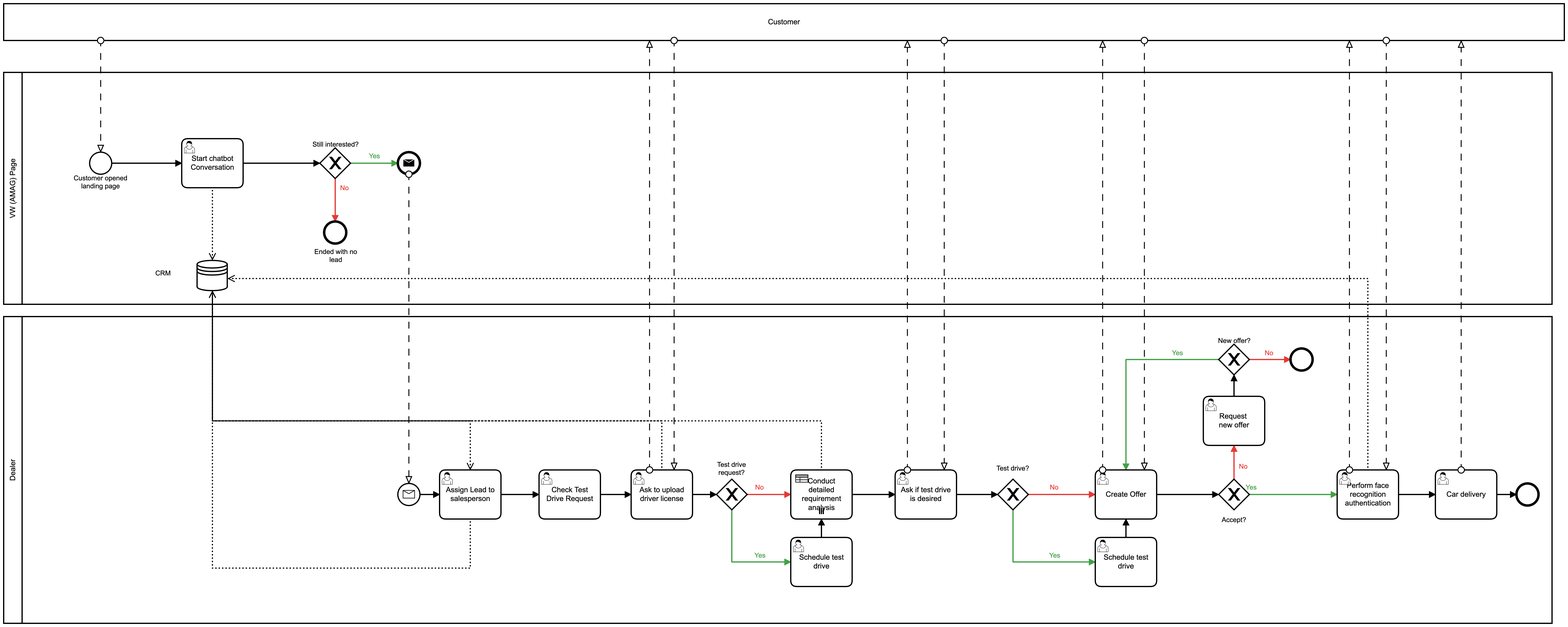
This is Images/To be Process v02 (1).png from DigiBP/DigiBP_RacletteDuValais, a BPMN export, as it was before one commit. Its source is kept beside it as Processes/To be Process v02 (1).bpmn. Ids are renumbered.
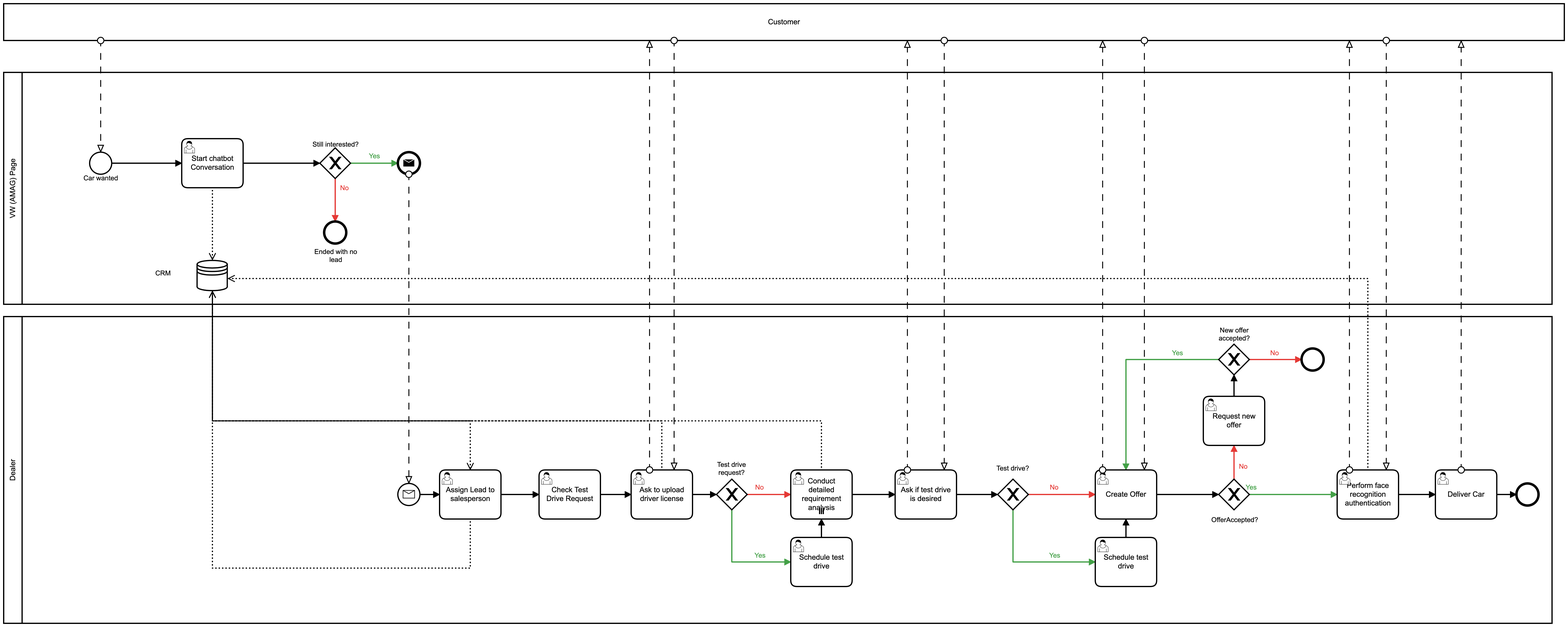
After the change.

What changed in the source:
```diff
@@ -5,13 +5,13 @@
     <bpmn:participant id="Participant_n7" name="Customer" />
-    <bpmn:messageFlow id="MessageFlow_n8" sourceRef="Participant_n7" targetRef="Event_n9" />
-    <bpmn:messageFlow id="MessageFlow_n10" sourceRef="Activity_n11" targetRef="Participant_n7" />
-    <bpmn:messageFlow id="MessageFlow_n12" sourceRef="Participant_n7" targetRef="Activity_n13" />
-    <bpmn:messageFlow id="MessageFlow_n14" sourceRef="Activity_n13" targetRef="Participant_n7" />
-    <bpmn:messageFlow id="MessageFlow_n15" sourceRef="Event_n16" targetRef="Event_n17" />
-    <bpmn:messageFlow id="MessageFlow_n18" sourceRef="Activity_n19" targetRef="Participant_n7" />
-    <bpmn:messageFlow id="MessageFlow_n20" sourceRef="Participant_n7" targetRef="Activity_n19" />
-    <bpmn:messageFlow id="Flow_n21" sourceRef="Activity_n22" targetRef="Participant_n7" />
-    <bpmn:messageFlow id="Flow_n23" sourceRef="Participant_n7" targetRef="Activity_n22" />
-    <bpmn:messageFlow id="Flow_n24" sourceRef="Activity_n25" targetRef="Participant_n7" />
-    <bpmn:messageFlow id="Flow_n26" sourceRef="Participant_n7" targetRef="Activity_n25" />
+    <bpmn:messageFlow id="MessageFlow_n8" sourceRef="Participant_n7" targetRef="StartEvent_CarWanted" />
+    <bpmn:messageFlow id="MessageFlow_n10" sourceRef="Task_DeliverCar" targetRef="Participant_n7" />
+    <bpmn:messageFlow id="MessageFlow_n12" sourceRef="Participant_n7" targetRef="Task_Face_Recognition" />
+    <bpmn:messageFlow id="MessageFlow_n14" sourceRef="Task_Face_Recognition" targetRef="Participant_n7" />
+    <bpmn:messageFlow id="MessageFlow_n15" sourceRef="End_Event_SendInfoToDealer" targetRef="IntermediateThrowEvent_n78" />
+    <bpmn:messageFlow id="MessageFlow_n18" sourceRef="Task_CreateOffer" targetRef="Participant_n7" />
+    <bpmn:messageFlow id="MessageFlow_n20" sourceRef="Participant_n7" targetRef="Task_CreateOffer" />
+    <bpmn:messageFlow id="Flow_n21" sourceRef="Task_AskIfTestDriveIsDesired" targetRef="Participant_n7" />
+    <bpmn:messageFlow id="Flow_n23" sourceRef="Participant_n7" targetRef="Task_AskIfTestDriveIsDesired" />
+    <bpmn:messageFlow id="Flow_n24" sourceRef="TaskAskToUploadDriverLicense" targetRef="Participant_n7" />
+    <bpmn:messageFlow id="Flow_n26" sourceRef="Participant_n7" targetRef="TaskAskToUploadDriverLicense" />
   </bpmn:collaboration>
@@ -20,13 +20,13 @@
       <bpmn:lane id="Lane_n28">
-        <bpmn:flowNodeRef>Event_n9</bpmn:flowNodeRef>
-        <bpmn:flowNodeRef>Gateway_n29</bpmn:flowNodeRef>
-        <bpmn:flowNodeRef>Event_n16</bpmn:flowNodeRef>
+        <bpmn:flowNodeRef>StartEvent_CarWanted</bpmn:flowNodeRef>
+        <bpmn:flowNodeRef>Gateway_Still_Interested</bpmn:flowNodeRef>
+        <bpmn:flowNodeRef>End_Event_SendInfoToDealer</bpmn:flowNodeRef>
         <bpmn:flowNodeRef>Event_n30</bpmn:flowNodeRef>
-        <bpmn:flowNodeRef>Activity_n31</bpmn:flowNodeRef>
+        <bpmn:flowNodeRef>Task_StartChatbotConversation</bpmn:flowNodeRef>
       </bpmn:lane>
     </bpmn:laneSet>
-    <bpmn:startEvent id="Event_n9" name="Customer opened landing page">
+    <bpmn:startEvent id="StartEvent_CarWanted" name="Car wanted">
       <bpmn:outgoing>Flow_n32</bpmn:outgoing>
     </bpmn:startEvent>
-    <bpmn:exclusiveGateway id="Gateway_n29" name="Still interested?">
+    <bpmn:exclusiveGateway id="Gateway_Still_Interested" name="Still interested?">
       <bpmn:incoming>Flow_n33</bpmn:incoming>
@@ -35,3 +35,3 @@
     </bpmn:exclusiveGateway>
-    <bpmn:endEvent id="Event_n16">
+    <bpmn:endEvent id="End_Event_SendInfoToDealer">
       <bpmn:incoming>Flow_n35</bpmn:incoming>
@@ -43,3 +43,3 @@
     </bpmn:endEvent>
-    <bpmn:userTask id="Activity_n31" name="Start chatbot Conversation">
+    <bpmn:userTask id="Task_StartChatbotConversation" name="Start chatbot Conversation">
       <bpmn:extensionElements>
@@ -58,8 +58,8 @@
     </bpmn:userTask>
-    <bpmn:sequenceFlow id="Flow_n32" sourceRef="Event_n9" targetRef="Activity_n31" />
-    <bpmn:sequenceFlow id="Flow_n33" sourceRef="Activity_n31" targetRef="Gateway_n29" />
-    <bpmn:sequenceFlow id="Flow_n35" name="Yes" sourceRef="Gateway_n29" targetRef="Event_n16">
+    <bpmn:sequenceFlow id="Flow_n32" sourceRef="StartEvent_CarWanted" targetRef="Task_StartChatbotConversation" />
+    <bpmn:sequenceFlow id="Flow_n33" sourceRef="Task_StartChatbotConversation" targetRef="Gateway_Still_Interested" />
+    <bpmn:sequenceFlow id="Flow_n35" name="Yes" sourceRef="Gateway_Still_Interested" targetRef="End_Event_SendInfoToDealer">
       <bpmn:conditionExpression xsi:type="bpmn:tFormalExpression">${interested=="yes"}</bpmn:conditionExpression>
     </bpmn:sequenceFlow>
-    <bpmn:sequenceFlow id="Flow_n34" name="No" sourceRef="Gateway_n29" targetRef="Event_n30">
+    <bpmn:sequenceFlow id="Flow_n34" name="No" sourceRef="Gateway_Still_Interested" targetRef="Event_n30">
       <bpmn:conditionExpression xsi:type="bpmn:tFormalExpression">${interested!="yes"}</bpmn:conditionExpression>
@@ -68,3 +68,3 @@
   <bpmn:process id="Process_n6" isExecutable="false">
-    <bpmn:startEvent id="Event_n17">
+    <bpmn:startEvent id="IntermediateThrowEvent_n78">
       <bpmn:outgoing>Flow_n39</bpmn:outgoing>
@@ -72,3 +72,3 @@
     </bpmn:startEvent>
-    <bpmn:userTask id="Activity_n41" name="Assign Lead to salesperson">
+    <bpmn:userTask id="Task_AssignLeadToSalesPerson" name="Assign Lead to salesperson">
       <bpmn:incoming>Flow_n39</bpmn:incoming>
@@ -84,5 +84,5 @@
     </bpmn:userTask>
-    <bpmn:sequenceFlow id="Flow_n39" sourceRef="Event_n17" targetRef="Activity_n41" />
-    <bpmn:sequenceFlow id="Flow_n42" sourceRef="Activity_n41" targetRef="Activity_n46" />
-    <bpmn:exclusiveGateway id="Gateway_n47" name="Test drive?">
+    <bpmn:sequenceFlow id="Flow_n39" sourceRef="IntermediateThrowEvent_n78" targetRef="Task_AssignLeadToSalesPerson" />
+    <bpmn:sequenceFlow id="Flow_n42" sourceRef="Task_AssignLeadToSalesPerson" targetRef="Task_CheckTestDriveRequest" />
+    <bpmn:exclusiveGateway id="Gateway_Testdrive" name="Test drive?">
       <bpmn:incoming>Flow_n48</bpmn:incoming>
@@ -91,3 +91,3 @@
     </bpmn:exclusiveGateway>
-    <bpmn:exclusiveGateway id="Gateway_n51" name="Accept?">
+    <bpmn:exclusiveGateway id="Gateway_OfferAccepted" name="OfferAccepted?">
       <bpmn:incoming>Flow_n52</bpmn:incoming>
@@ -96,3 +96,3 @@
     </bpmn:exclusiveGateway>
-    <bpmn:exclusiveGateway id="Gateway_n55" name="New offer?">
+    <bpmn:exclusiveGateway id="Gateway_NewOfferAccepted" name="New offer accepted?">
       <bpmn:incoming>Flow_n56</bpmn:incoming>
@@ -101,5 +101,2 @@
     </bpmn:exclusiveGateway>
-    <bpmn:endEvent id="Event_n59">
-      <bpmn:incoming>Flow_n57</bpmn:incoming>
-    </bpmn:endEvent>
     <bpmn:endEvent id="Event_n60">
@@ -107,3 +104,3 @@
     </bpmn:endEvent>
-    <bpmn:userTask id="Activity_n19" name="Create Offer">
+    <bpmn:userTask id="Task_CreateOffer" name="Create Offer">
       <bpmn:extensionElements>
@@ -121,3 +118,3 @@
     </bpmn:userTask>
-    <bpmn:userTask id="Activity_n63" name="Schedule test drive">
+    <bpmn:userTask id="Task_Schedule2TestDrive" name="Schedule test drive">
       <bpmn:incoming>Flow_n50</bpmn:incoming>
@@ -125,6 +122,6 @@
     </bpmn:userTask>
-    <bpmn:userTask id="Activity_n64" name="Request  new offer">
+    <bpmn:userTask id="Task_RequestNewOffer" name="Request new offer">
       <bpmn:extensionElements>
         <camunda:formData>
-          <camunda:formField id="Newoffer" defaultValue="newoffer" />
+          <camunda:formField id="newoffer" type="boolean" defaultValue="newoffer" />
         </camunda:formData>
@@ -137,3 +134,3 @@
     </bpmn:userTask>
-    <bpmn:userTask id="Activity_n13" name="Perform face recognition authentication">
+    <bpmn:userTask id="Task_Face_Recognition" name="Perform face recognition authentication">
       <bpmn:incoming>Flow_n53</bpmn:incoming>
@@ -144,3 +141,3 @@
     </bpmn:userTask>
-    <bpmn:userTask id="Activity_n11" name="Car delivery">
+    <bpmn:userTask id="Task_DeliverCar" name="Deliver Car">
       <bpmn:incoming>Flow_n65</bpmn:incoming>
@@ -148,36 +145,36 @@
     </bpmn:userTask>
-    <bpmn:sequenceFlow id="Flow_n67" name="No" sourceRef="Gateway_n68" targetRef="Activity_n69">
+    <bpmn:sequenceFlow id="Flow_n67" name="No" sourceRef="Gateway_TestDriveRequest" targetRef="Task_ConductDetailedRequirementAnalysis">
       <bpmn:conditionExpression xsi:type="bpmn:tFormalExpression">${testdrive!="yes"}</bpmn:conditionExpression>
     </bpmn:sequenceFlow>
-    <bpmn:sequenceFlow id="Flow_n70" name="Yes" sourceRef="Gateway_n68" targetRef="Activity_n71">
+    <bpmn:sequenceFlow id="Flow_n70" name="Yes" sourceRef="Gateway_TestDriveRequest" targetRef="Task_ScheduleTestDrive">
       <bpmn:conditionExpression xsi:type="bpmn:tFormalExpression">${testdrive=="yes"}</bpmn:conditionExpression>
     </bpmn:sequenceFlow>
-    <bpmn:sequenceFlow id="Flow_n48" sourceRef="Activity_n22" targetRef="Gateway_n47" />
-    <bpmn:sequenceFlow id="Flow_n49" name="No" sourceRef="Gateway_n47" targetRef="Activity_n19">
+    <bpmn:sequenceFlow id="Flow_n48" sourceRef="Task_AskIfTestDriveIsDesired" targetRef="Gateway_Testdrive" />
+    <bpmn:sequenceFlow id="Flow_n49" name="No" sourceRef="Gateway_Testdrive" targetRef="Task_CreateOffer">
       <bpmn:conditionExpression xsi:type="bpmn:tFormalExpression">${testdrive2!="yes"}</bpmn:conditionExpression>
     </bpmn:sequenceFlow>
-    <bpmn:sequenceFlow id="Flow_n50" name="Yes" sourceRef="Gateway_n47" targetRef="Activity_n63">
+    <bpmn:sequenceFlow id="Flow_n50" name="Yes" sourceRef="Gateway_Testdrive" targetRef="Task_Schedule2TestDrive">
       <bpmn:conditionExpression xsi:type="bpmn:tFormalExpression">${testdrive2=="yes"}</bpmn:conditionExpression>
     </bpmn:sequenceFlow>
-    <bpmn:sequenceFlow id="Flow_n52" sourceRef="Activity_n19" targetRef="Gateway_n51" />
-    <bpmn:sequenceFlow id="Flow_n54" name="No" sourceRef="Gateway_n51" targetRef="Activity_n64">
+    <bpmn:sequenceFlow id="Flow_n52" sourceRef="Task_CreateOffer" targetRef="Gateway_OfferAccepted" />
+    <bpmn:sequenceFlow id="Flow_n54" name="No" sourceRef="Gateway_OfferAccepted" targetRef="Task_RequestNewOffer">
       <bpmn:conditionExpression xsi:type="bpmn:tFormalExpression">${offer!="yes"}</bpmn:conditionExpression>
     </bpmn:sequenceFlow>
-    <bpmn:sequenceFlow id="Flow_n53" name="Yes" sourceRef="Gateway_n51" targetRef="Activity_n13">
+    <bpmn:sequenceFlow id="Flow_n53" name="Yes" sourceRef="Gateway_OfferAccepted" targetRef="Task_Face_Recognition">
       <bpmn:conditionExpression xsi:type="bpmn:tFormalExpression">${offer=="yes"}</bpmn:conditionExpression>
     </bpmn:sequenceFlow>
-    <bpmn:sequenceFlow id="Flow_n56" sourceRef="Activity_n64" targetRef="Gateway_n55" />
-    <bpmn:sequenceFlow id="Flow_n57" name="No" sourceRef="Gateway_n55" targetRef="Event_n59">
+    <bpmn:sequenceFlow id="Flow_n56" sourceRef="Task_RequestNewOffer" targetRef="Gateway_NewOfferAccepted" />
+    <bpmn:sequenceFlow id="Flow_n57" name="No" sourceRef="Gateway_NewOfferAccepted" targetRef="Event_n59">
       <bpmn:conditionExpression xsi:type="bpmn:tFormalExpression">${newoffer!="yes"}</bpmn:conditionExpression>
     </bpmn:sequenceFlow>
-    <bpmn:sequenceFlow id="Flow_n58" name="Yes" sourceRef="Gateway_n55" targetRef="Activity_n19">
+    <bpmn:sequenceFlow id="Flow_n58" name="Yes" sourceRef="Gateway_NewOfferAccepted" targetRef="Task_CreateOffer">
       <bpmn:conditionExpression xsi:type="bpmn:tFormalExpression">${newoffer=="yes"}</bpmn:conditionExpression>
     </bpmn:sequenceFlow>
-    <bpmn:sequenceFlow id="Flow_n61" sourceRef="Activity_n11" targetRef="Event_n60" />
-    <bpmn:sequenceFlow id="Flow_n65" sourceRef="Activity_n13" targetRef="Activity_n11" />
-    <bpmn:sequenceFlow id="Flow_n62" sourceRef="Activity_n63" targetRef="Activity_n19" />
-    <bpmn:sequenceFlow id="Flow_n72" sourceRef="Activity_n69" targetRef="Activity_n22" />
-    <bpmn:sequenceFlow id="Flow_n73" sourceRef="Activity_n71" targetRef="Activity_n69" />
-    <bpmn:sequenceFlow id="Flow_n74" sourceRef="Activity_n46" targetRef="Activity_n25" />
-    <bpmn:exclusiveGateway id="Gateway_n68" name="Test drive request?">
+    <bpmn:sequenceFlow id="Flow_n61" sourceRef="Task_DeliverCar" targetRef="Event_n60" />
+    <bpmn:sequenceFlow id="Flow_n65" sourceRef="Task_Face_Recognition" targetRef="Task_DeliverCar" />
+    <bpmn:sequenceFlow id="Flow_n62" sourceRef="Task_Schedule2TestDrive" targetRef="Task_CreateOffer" />
+    <bpmn:sequenceFlow id="Flow_n72" sourceRef="Task_ConductDetailedRequirementAnalysis" targetRef="Task_AskIfTestDriveIsDesired" />
+    <bpmn:sequenceFlow id="Flow_n73" sourceRef="Task_ScheduleTestDrive" targetRef="Task_ConductDetailedRequirementAnalysis" />
+    <bpmn:sequenceFlow id="Flow_n74" sourceRef="Task_CheckTestDriveRequest" targetRef="TaskAskToUploadDriverLicense" />
+    <bpmn:exclusiveGateway id="Gateway_TestDriveRequest" name="Test drive request?">
       <bpmn:incoming>Flow_n75</bpmn:incoming>
@@ -186,4 +183,4 @@
     </bpmn:exclusiveGateway>
-    <bpmn:sequenceFlow id="Flow_n75" sourceRef="Activity_n25" targetRef="Gateway_n68" />
-    <bpmn:userTask id="Activity_n46" name="Check Test Drive Request">
+    <bpmn:sequenceFlow id="Flow_n75" sourceRef="TaskAskToUploadDriverLicense" targetRef="Gateway_TestDriveRequest" />
+    <bpmn:userTask id="Task_CheckTestDriveRequest" name="Check Test Drive Request">
       <bpmn:incoming>Flow_n42</bpmn:incoming>
@@ -191,3 +188,3 @@
     </bpmn:userTask>
-    <bpmn:userTask id="Activity_n25" name="Ask to upload driver license">
+    <bpmn:userTask id="TaskAskToUploadDriverLicense" name="Ask to upload driver license">
       <bpmn:extensionElements>
@@ -206,3 +203,3 @@
     </bpmn:userTask>
-    <bpmn:userTask id="Activity_n71" name="Schedule test drive">
+    <bpmn:userTask id="Task_ScheduleTestDrive" name="Schedule test drive">
       <bpmn:incoming>Flow_n70</bpmn:incoming>
@@ -210,3 +207,3 @@
     </bpmn:userTask>
-    <bpmn:userTask id="Activity_n22" name="Ask if test drive is desired">
+    <bpmn:userTask id="Task_AskIfTestDriveIsDesired" name="Ask if test drive is desired">
       <bpmn:extensionElements>
@@ -222,3 +219,6 @@
     </bpmn:userTask>
-    <bpmn:businessRuleTask id="Activity_n69" name="Conduct detailed requirement analysis" camunda:resultVariable="decision" camunda:decisionRef="Requirement_Analysis(2)">
+    <bpmn:endEvent id="Event_n59">
+      <bpmn:incoming>Flow_n57</bpmn:incoming>
+    </bpmn:endEvent>
+    <bpmn:userTask id="Task_ConductDetailedRequirementAnalysis" name="Conduct detailed requirement analysis">
       <bpmn:incoming>Flow_n67</bpmn:incoming>
@@ -229,4 +229,3 @@
       </bpmn:dataOutputAssociation>
-      <bpmn:multiInstanceLoopCharacteristics />
-    </bpmn:businessRuleTask>
+    </bpmn:userTask>
   </bpmn:process>
@@ -262,9 +261,9 @@
       </bpmndi:BPMNEdge>
-      <bpmndi:BPMNShape id="Event_n9_di" bpmnElement="Event_n9">
+      <bpmndi:BPMNShape id="Event_n9_di" bpmnElement="StartEvent_CarWanted">
         <dc:Bounds x="298" y="322" width="36" height="36" />
         <bpmndi:BPMNLabel>
-          <dc:Bounds x="272" y="358" width="88" height="27" />
+          <dc:Bounds x="288" y="358" width="57" height="14" />
         </bpmndi:BPMNLabel>
       </bpmndi:BPMNShape>
-      <bpmndi:BPMNShape id="Gateway_n29_di" bpmnElement="Gateway_n29" isMarkerVisible="true">
+      <bpmndi:BPMNShape id="Gateway_n29_di" bpmnElement="Gateway_Still_Interested" isMarkerVisible="true">
         <dc:Bounds x="673" y="315" width="50" height="50" />
@@ -274,3 +273,3 @@
       </bpmndi:BPMNShape>
-      <bpmndi:BPMNShape id="Event_n16_di" bpmnElement="Event_n16">
+      <bpmndi:BPMNShape id="Event_n16_di" bpmnElement="End_Event_SendInfoToDealer">
         <dc:Bounds x="800" y="322" width="36" height="36" />
@@ -289,3 +288,3 @@
       </bpmndi:BPMNShape>
-      <bpmndi:BPMNShape id="Activity_1r68v8m_di" bpmnElement="Activity_n31">
+      <bpmndi:BPMNShape id="Activity_1r68v8m_di" bpmnElement="Task_StartChatbotConversation">
         <dc:Bounds x="448" y="300" width="100" height="80" />
@@ -333,5 +332,5 @@
         <di:waypoint x="2187" y="660" />
-        <di:waypoint x="2254" y="660" />
+        <di:waypoint x="2272" y="660" />
         <bpmndi:BPMNLabel>
-          <dc:Bounds x="2212" y="643" width="15" height="14" />
+          <dc:Bounds x="2221" y="643" width="15" height="14" />
         </bpmndi:BPMNLabel>
@@ -402,9 +401,9 @@
       </bpmndi:BPMNEdge>
-      <bpmndi:BPMNShape id="Event_n17_di" bpmnElement="Event_n17">
+      <bpmndi:BPMNShape id="Event_n17_di" bpmnElement="IntermediateThrowEvent_n78">
         <dc:Bounds x="800" y="862" width="36" height="36" />
       </bpmndi:BPMNShape>
-      <bpmndi:BPMNShape id="Activity_19jbpff_di" bpmnElement="Activity_n41">
+      <bpmndi:BPMNShape id="Activity_19jbpff_di" bpmnElement="Task_AssignLeadToSalesPerson">
         <dc:Bounds x="868" y="840" width="100" height="80" />
       </bpmndi:BPMNShape>
-      <bpmndi:BPMNShape id="Gateway_n47_di" bpmnElement="Gateway_n47" isMarkerVisible="true">
+      <bpmndi:BPMNShape id="Gateway_n47_di" bpmnElement="Gateway_Testdrive" isMarkerVisible="true">
         <dc:Bounds x="1777" y="855" width="50" height="50" />
@@ -414,16 +413,13 @@
       </bpmndi:BPMNShape>
-      <bpmndi:BPMNShape id="Gateway_n51_di" bpmnElement="Gateway_n51" isMarkerVisible="true">
+      <bpmndi:BPMNShape id="Gateway_n51_di" bpmnElement="Gateway_OfferAccepted" isMarkerVisible="true">
         <dc:Bounds x="2137" y="855" width="50" height="50" />
         <bpmndi:BPMNLabel>
-          <dc:Bounds x="2142" y="915" width="40" height="14" />
+          <dc:Bounds x="2125" y="915" width="77" height="14" />
         </bpmndi:BPMNLabel>
       </bpmndi:BPMNShape>
-      <bpmndi:BPMNShape id="Gateway_n55_di" bpmnElement="Gateway_n55" isMarkerVisible="true">
+      <bpmndi:BPMNShape id="Gateway_n55_di" bpmnElement="Gateway_NewOfferAccepted" isMarkerVisible="true">
         <dc:Bounds x="2137" y="635" width="50" height="50" />
         <bpmndi:BPMNLabel>
-          <dc:Bounds x="2136" y="623" width="53" height="14" />
+          <dc:Bounds x="2137" y="606" width="51" height="27" />
         </bpmndi:BPMNLabel>
-      </bpmndi:BPMNShape>
-      <bpmndi:BPMNShape id="Event_n59_di" bpmnElement="Event_n59">
-        <dc:Bounds x="2254" y="642" width="36" height="36" />
       </bpmndi:BPMNShape>
@@ -432,18 +428,18 @@
       </bpmndi:BPMNShape>
-      <bpmndi:BPMNShape id="Activity_0imdd85_di" bpmnElement="Activity_n19">
+      <bpmndi:BPMNShape id="Activity_0imdd85_di" bpmnElement="Task_CreateOffer">
         <dc:Bounds x="1936" y="840" width="100" height="80" />
       </bpmndi:BPMNShape>
-      <bpmndi:BPMNShape id="Activity_1dtrqex_di" bpmnElement="Activity_n63">
+      <bpmndi:BPMNShape id="Activity_1dtrqex_di" bpmnElement="Task_Schedule2TestDrive">
         <dc:Bounds x="1936" y="950" width="100" height="80" />
       </bpmndi:BPMNShape>
-      <bpmndi:BPMNShape id="Activity_0elrhj9_di" bpmnElement="Activity_n64">
+      <bpmndi:BPMNShape id="Activity_0elrhj9_di" bpmnElement="Task_RequestNewOffer">
         <dc:Bounds x="2112" y="720" width="100" height="80" />
       </bpmndi:BPMNShape>
-      <bpmndi:BPMNShape id="Activity_1uy55m4_di" bpmnElement="Activity_n13">
+      <bpmndi:BPMNShape id="Activity_1uy55m4_di" bpmnElement="Task_Face_Recognition">
         <dc:Bounds x="2330" y="840" width="100" height="80" />
       </bpmndi:BPMNShape>
-      <bpmndi:BPMNShape id="Activity_0e542p3_di" bpmnElement="Activity_n11">
+      <bpmndi:BPMNShape id="Activity_0e542p3_di" bpmnElement="Task_DeliverCar">
         <dc:Bounds x="2490" y="840" width="100" height="80" />
       </bpmndi:BPMNShape>
-      <bpmndi:BPMNShape id="Gateway_n68_di" bpmnElement="Gateway_n68" isMarkerVisible="true">
+      <bpmndi:BPMNShape id="Gateway_n68_di" bpmnElement="Gateway_TestDriveRequest" isMarkerVisible="true">
         <dc:Bounds x="1319" y="855" width="50" height="50" />
@@ -453,15 +449,18 @@
       </bpmndi:BPMNShape>
-      <bpmndi:BPMNShape id="Activity_0fa0v63_di" bpmnElement="Activity_n46">
+      <bpmndi:BPMNShape id="Activity_0fa0v63_di" bpmnElement="Task_CheckTestDriveRequest">
         <dc:Bounds x="1030" y="840" width="100" height="80" />
       </bpmndi:BPMNShape>
-      <bpmndi:BPMNShape id="Activity_1689whk_di" bpmnElement="Activity_n25">
+      <bpmndi:BPMNShape id="Activity_1689whk_di" bpmnElement="TaskAskToUploadDriverLicense">
         <dc:Bounds x="1180" y="840" width="100" height="80" />
       </bpmndi:BPMNShape>
-      <bpmndi:BPMNShape id="Activity_0gvrjhe_di" bpmnElement="Activity_n71">
+      <bpmndi:BPMNShape id="Activity_0gvrjhe_di" bpmnElement="Task_ScheduleTestDrive">
         <dc:Bounds x="1440" y="950" width="100" height="80" />
       </bpmndi:BPMNShape>
-      <bpmndi:BPMNShape id="Activity_1n1nqaa_di" bpmnElement="Activity_n22">
+      <bpmndi:BPMNShape id="Activity_1n1nqaa_di" bpmnElement="Task_AskIfTestDriveIsDesired">
         <dc:Bounds x="1610" y="840" width="100" height="80" />
       </bpmndi:BPMNShape>
-      <bpmndi:BPMNShape id="Activity_02m6ft6_di" bpmnElement="Activity_n69">
+      <bpmndi:BPMNShape id="Event_n59_di" bpmnElement="Event_n59">
+        <dc:Bounds x="2272" y="642" width="36" height="36" />
+      </bpmndi:BPMNShape>
+      <bpmndi:BPMNShape id="Activity_070czo9_di" bpmnElement="Task_ConductDetailedRequirementAnalysis">
         <dc:Bounds x="1440" y="840" width="100" height="80" />
```
